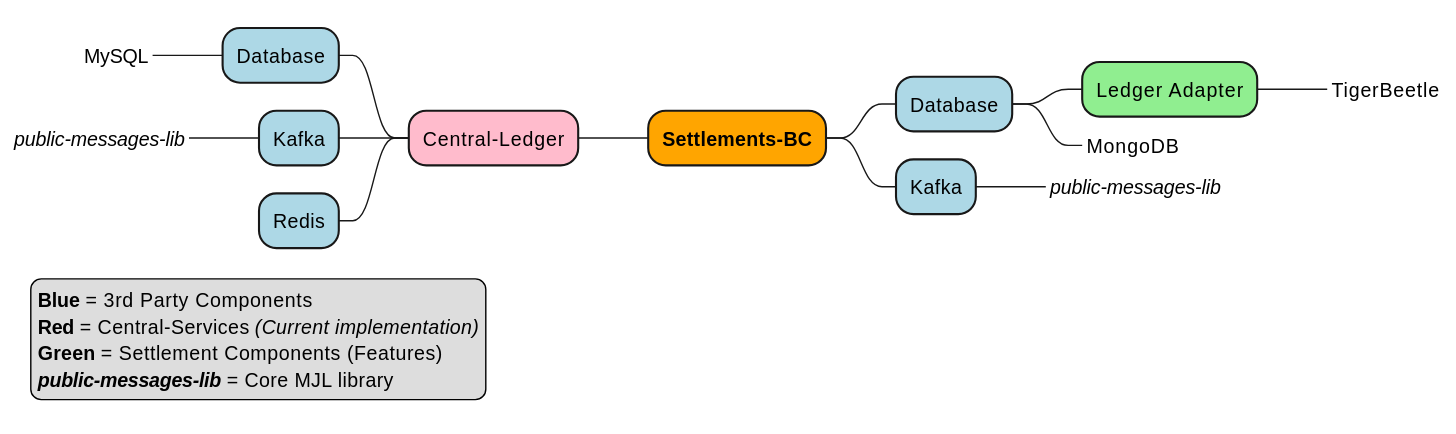
Before: docs/flows/30-settlement-architecture-cl.svg, a diagram exported from PlantUML (mojaloop/settlements-bc).
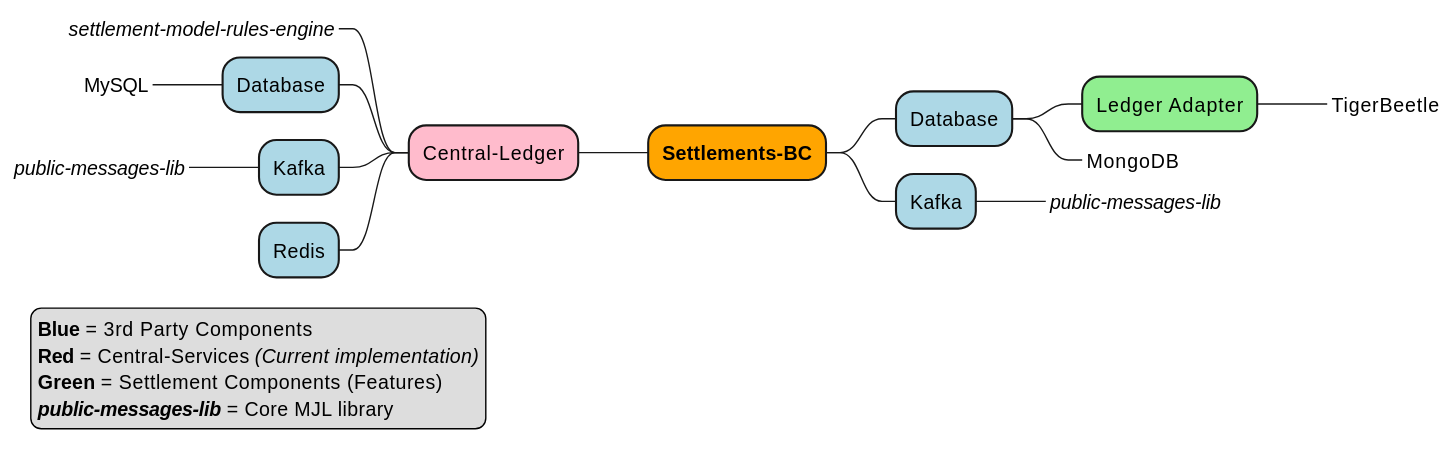
After the change.

Change to the diagram source:
```diff
@@ -7,6 +7,7 @@
 ++[#Lightblue] Kafka
 +++_ //public-messages-lib//
 --[#FFBBCC] Central-Ledger
+---_ //settlement-model-rules-engine//
 ---[#Lightblue] Database
 ----_ MySQL
 ---[#Lightblue] Kafka
```
